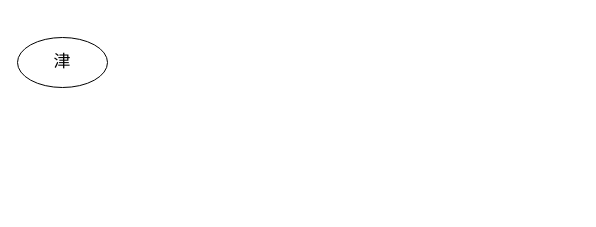
The draw.io diagram 医门推敲叁/精气血津液神/精气血津液神之间的关系/津与血的关系.drawio in 328507133/chart, before the edit. Source tidied: cells renumbered, new cells numbered last; positions are measured from the earlier drawing's top-left corner, leaving out a move shared by most shapes. Both pictures are drawn from the tidied source at 100%, with x=0, y=0 at pixel (17, 37).
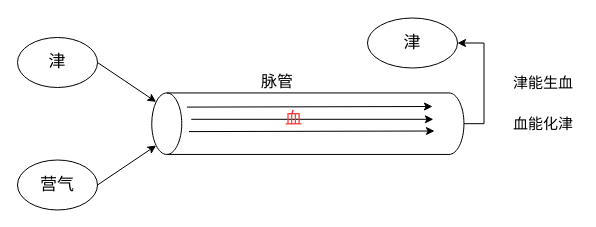
The same page after the edit.

Commit message (it also covers changes not shown here):
更新津与血的关系.drawio

The edit, as a diff of the source:
```diff
@@
 <mxGraphModel>
   <root>
     <mxCell id="0" />
     <mxCell id="1" parent="0" />
     <mxCell id="2" value="津" style="ellipse;whiteSpace=wrap;html=1;fontSize=17;" parent="1" vertex="1">
-      <mxGeometry width="90" height="50" as="geometry" />
+      <mxGeometry width="80" height="50" as="geometry" />
     </mxCell>
+    <mxCell id="3" style="edgeStyle=orthogonalEdgeStyle;rounded=0;jettySize=auto;html=1;exitX=0.5;exitY=1;exitDx=0;exitDy=0;exitPerimeter=0;entryX=1;entryY=0.5;entryDx=0;entryDy=0;" parent="1" edge="1" source="4" target="10">
+      <mxGeometry relative="1" as="geometry" />
+    </mxCell>
+    <mxCell id="4" style="shape=cylinder3;whiteSpace=wrap;html=1;boundedLbl=1;backgroundOutline=1;size=15;rotation=-90;" parent="1" vertex="1">
+      <mxGeometry x="259.6" y="-69.9" width="61.5" height="312.2" as="geometry" />
+    </mxCell>
+    <mxCell id="5" value="脉管" style="text;html=1;strokeColor=none;fillColor=none;align=center;verticalAlign=middle;whiteSpace=wrap;rounded=0;fontSize=16;" parent="1" vertex="1">
+      <mxGeometry x="230" y="28.5" width="60" height="30" as="geometry" />
+    </mxCell>
+    <mxCell id="6" value="营气" style="ellipse;whiteSpace=wrap;html=1;fontSize=17;" parent="1" vertex="1">
+      <mxGeometry y="122.5" width="80" height="50" as="geometry" />
+    </mxCell>
+    <mxCell id="7" style="endArrow=classic;html=1;rounded=0;entryX=0.145;entryY=0;entryDx=0;entryDy=4.35;entryPerimeter=0;exitX=1;exitY=0.5;exitDx=0;exitDy=0;" parent="1" edge="1" source="6" target="4">
+      <mxGeometry relative="1" as="geometry" />
+    </mxCell>
+    <mxCell id="8" value="津能生血" style="text;html=1;strokeColor=none;fillColor=none;align=center;verticalAlign=middle;whiteSpace=wrap;rounded=0;fontSize=15;" parent="1" vertex="1">
+      <mxGeometry x="491" y="30.5" width="70" height="28" as="geometry" />
+    </mxCell>
+    <mxCell id="9" value="血能化津" style="text;html=1;strokeColor=none;fillColor=none;align=center;verticalAlign=middle;whiteSpace=wrap;rounded=0;fontSize=15;" parent="1" vertex="1">
+      <mxGeometry x="491" y="71.8" width="70" height="28" as="geometry" />
+    </mxCell>
+    <mxCell id="10" value="津" style="ellipse;whiteSpace=wrap;html=1;fontSize=17;" parent="1" vertex="1">
+      <mxGeometry x="350" y="-19.5" width="90" height="50" as="geometry" />
+    </mxCell>
+    <mxCell id="11" style="rounded=0;jettySize=auto;html=1;exitX=1;exitY=0.5;exitDx=0;exitDy=0;entryX=0.855;entryY=0;entryDx=0;entryDy=4.35;entryPerimeter=0;" parent="1" edge="1" source="2" target="4">
+      <mxGeometry relative="1" as="geometry" />
+    </mxCell>
+    <mxCell id="12" style="group;" parent="1" vertex="1">
+      <mxGeometry x="160" y="69" width="257" height="25.1" as="geometry" />
+    </mxCell>
+    <mxCell id="13" style="endArrow=classic;html=1;rounded=0;" parent="12" edge="1">
+      <mxGeometry relative="1" as="geometry">
+        <mxPoint x="9.4" y="0.6" as="sourcePoint" />
+        <mxPoint x="255" as="targetPoint" />
+      </mxGeometry>
+    </mxCell>
+    <mxCell id="14" style="endArrow=classic;html=1;rounded=0;" parent="12" edge="1">
+      <mxGeometry relative="1" as="geometry">
+        <mxPoint x="13.8" y="12.8" as="sourcePoint" />
+        <mxPoint x="255.9" y="12.8" as="targetPoint" />
+      </mxGeometry>
+    </mxCell>
+    <mxCell id="15" style="endArrow=classic;html=1;rounded=0;" parent="12" edge="1">
+      <mxGeometry relative="1" as="geometry">
+        <mxPoint x="11.5" y="25.1" as="sourcePoint" />
+        <mxPoint x="257" y="24.5" as="targetPoint" />
+      </mxGeometry>
+    </mxCell>
+    <mxCell id="16" value="血" style="text;html=1;strokeColor=none;fillColor=none;align=center;verticalAlign=middle;whiteSpace=wrap;rounded=0;fontSize=17;fontColor=#FF3333;" parent="12" vertex="1">
+      <mxGeometry y="1.9" width="233.4" height="22.8" as="geometry" />
+    </mxCell>
   </root>
 </mxGraphModel>
```
